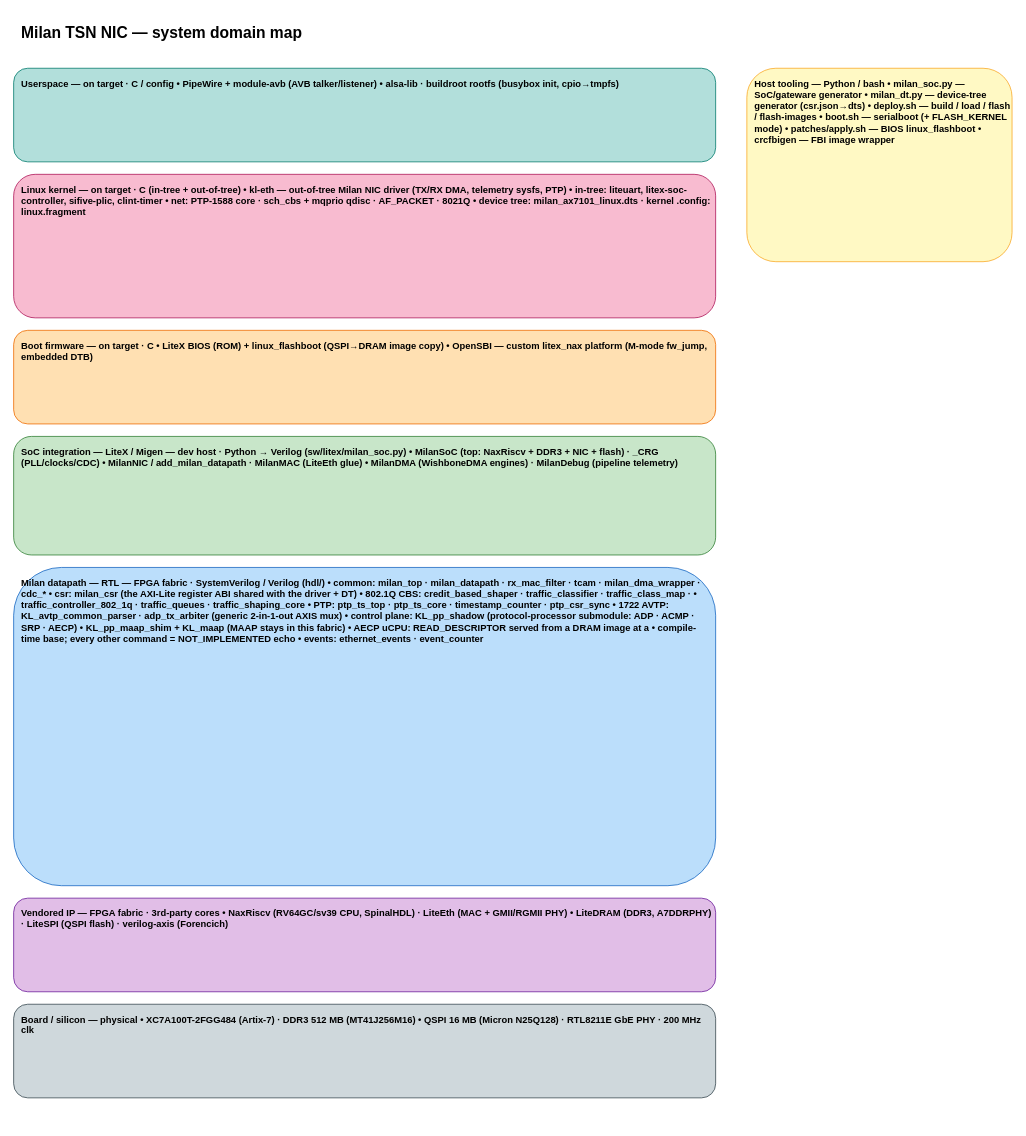
Above: docs/SYSTEM_DOMAIN_MAP.drawio in kebag-logic/milan-fpga (draw.io), before the change. Source tidied: cells renumbered, new cells numbered last; positions are measured from the earlier drawing's top-left corner, leaving out a move shared by most shapes. Both pictures are drawn from the tidied source at 78%, with x=0, y=0 at pixel (13, 13).
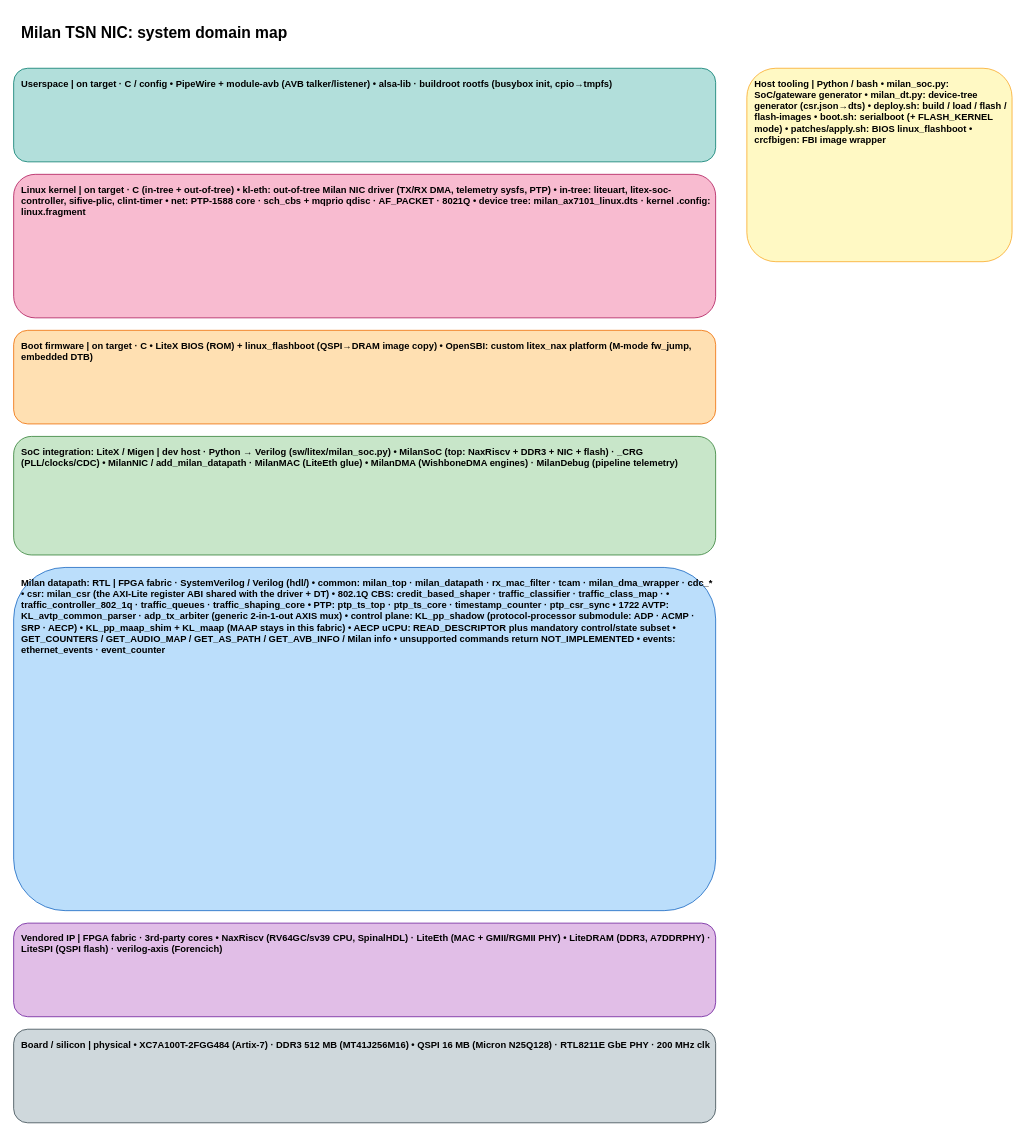
Above is the later version.

The edit, as a diff of the source:
```diff
@@
 <mxGraphModel>
   <root>
     <mxCell id="0" />
     <mxCell id="1" parent="0" />
-    <mxCell id="2" value="Milan TSN NIC — system domain map" style="rounded=1;whiteSpace=wrap;html=1;fillColor=none;strokeColor=none;fontSize=20;align=left;verticalAlign=top;spacingLeft=8;spacingTop=6;fontStyle=1;" parent="1" vertex="1">
+    <mxCell id="2" value="Milan TSN NIC: system domain map" style="rounded=1;whiteSpace=wrap;html=1;fillColor=none;strokeColor=none;fontSize=20;align=left;verticalAlign=top;spacingLeft=8;spacingTop=6;fontStyle=1;" parent="1" vertex="1">
       <mxGeometry width="700" height="30" as="geometry" />
     </mxCell>
-    <mxCell id="3" value="Userspace   —   on target · C / config  • PipeWire + module-avb (AVB talker/listener) • alsa-lib · buildroot rootfs (busybox init, cpio→tmpfs)" style="rounded=1;whiteSpace=wrap;html=1;fillColor=#B2DFDB;strokeColor=#00796B;fontSize=12;align=left;verticalAlign=top;spacingLeft=8;spacingTop=6;fontStyle=1;" parent="1" vertex="1">
+    <mxCell id="3" value="Userspace   |   on target · C / config  • PipeWire + module-avb (AVB talker/listener) • alsa-lib · buildroot rootfs (busybox init, cpio→tmpfs)" style="rounded=1;whiteSpace=wrap;html=1;fillColor=#B2DFDB;strokeColor=#00796B;fontSize=12;align=left;verticalAlign=top;spacingLeft=8;spacingTop=6;fontStyle=1;" parent="1" vertex="1">
       <mxGeometry y="70" width="900" height="120" as="geometry" />
     </mxCell>
-    <mxCell id="4" value="Linux kernel   —   on target · C (in-tree + out-of-tree)  • kl-eth — out-of-tree Milan NIC driver (TX/RX DMA, telemetry sysfs, PTP) • in-tree: liteuart, litex-soc-controller, sifive-plic, clint-timer • net: PTP-1588 core · sch_cbs + mqprio qdisc · AF_PACKET · 8021Q • device tree: milan_ax7101_linux.dts  ·  kernel .config: linux.fragment" style="rounded=1;whiteSpace=wrap;html=1;fillColor=#F8BBD0;strokeColor=#AD1457;fontSize=12;align=left;verticalAlign=top;spacingLeft=8;spacingTop=6;fontStyle=1;" parent="1" vertex="1">
+    <mxCell id="4" value="Linux kernel   |   on target · C (in-tree + out-of-tree)  • kl-eth: out-of-tree Milan NIC driver (TX/RX DMA, telemetry sysfs, PTP) • in-tree: liteuart, litex-soc-controller, sifive-plic, clint-timer • net: PTP-1588 core · sch_cbs + mqprio qdisc · AF_PACKET · 8021Q • device tree: milan_ax7101_linux.dts  ·  kernel .config: linux.fragment" style="rounded=1;whiteSpace=wrap;html=1;fillColor=#F8BBD0;strokeColor=#AD1457;fontSize=12;align=left;verticalAlign=top;spacingLeft=8;spacingTop=6;fontStyle=1;" parent="1" vertex="1">
       <mxGeometry y="206" width="900" height="184" as="geometry" />
     </mxCell>
-    <mxCell id="5" value="Boot firmware   —   on target · C  • LiteX BIOS (ROM) + linux_flashboot (QSPI→DRAM image copy) • OpenSBI — custom litex_nax platform (M-mode fw_jump, embedded DTB)" style="rounded=1;whiteSpace=wrap;html=1;fillColor=#FFE0B2;strokeColor=#EF6C00;fontSize=12;align=left;verticalAlign=top;spacingLeft=8;spacingTop=6;fontStyle=1;" parent="1" vertex="1">
+    <mxCell id="5" value="Boot firmware   |   on target · C  • LiteX BIOS (ROM) + linux_flashboot (QSPI→DRAM image copy) • OpenSBI: custom litex_nax platform (M-mode fw_jump, embedded DTB)" style="rounded=1;whiteSpace=wrap;html=1;fillColor=#FFE0B2;strokeColor=#EF6C00;fontSize=12;align=left;verticalAlign=top;spacingLeft=8;spacingTop=6;fontStyle=1;" parent="1" vertex="1">
       <mxGeometry y="406" width="900" height="120" as="geometry" />
     </mxCell>
-    <mxCell id="6" value="SoC integration — LiteX / Migen   —   dev host · Python → Verilog  (sw/litex/milan_soc.py)  • MilanSoC (top: NaxRiscv + DDR3 + NIC + flash)   ·   _CRG (PLL/clocks/CDC) • MilanNIC / add_milan_datapath   ·   MilanMAC (LiteEth glue) • MilanDMA (WishboneDMA engines)   ·   MilanDebug (pipeline telemetry)" style="rounded=1;whiteSpace=wrap;html=1;fillColor=#C8E6C9;strokeColor=#2E7D32;fontSize=12;align=left;verticalAlign=top;spacingLeft=8;spacingTop=6;fontStyle=1;" parent="1" vertex="1">
+    <mxCell id="6" value="SoC integration: LiteX / Migen   |   dev host · Python → Verilog  (sw/litex/milan_soc.py)  • MilanSoC (top: NaxRiscv + DDR3 + NIC + flash)   ·   _CRG (PLL/clocks/CDC) • MilanNIC / add_milan_datapath   ·   MilanMAC (LiteEth glue) • MilanDMA (WishboneDMA engines)   ·   MilanDebug (pipeline telemetry)" style="rounded=1;whiteSpace=wrap;html=1;fillColor=#C8E6C9;strokeColor=#2E7D32;fontSize=12;align=left;verticalAlign=top;spacingLeft=8;spacingTop=6;fontStyle=1;" parent="1" vertex="1">
       <mxGeometry y="542" width="900" height="152" as="geometry" />
     </mxCell>
-    <mxCell id="7" value="Milan datapath — RTL   —   FPGA fabric · SystemVerilog / Verilog  (hdl/)  • common: milan_top · milan_datapath · rx_mac_filter · tcam · milan_dma_wrapper · cdc_* • csr: milan_csr  (the AXI-Lite register ABI shared with the driver + DT) • 802.1Q CBS: credit_based_shaper · traffic_classifier · traffic_class_map · •             traffic_controller_802_1q · traffic_queues · traffic_shaping_core • PTP: ptp_ts_top · ptp_ts_core · timestamp_counter · ptp_csr_sync • 1722 AVTP: KL_avtp_common_parser   ·   adp_tx_arbiter (generic 2-in-1-out AXIS mux) • control plane: KL_pp_shadow (protocol-processor submodule: ADP · ACMP · SRP · AECP) •                KL_pp_maap_shim + KL_maap  (MAAP stays in this fabric) •                AECP uCPU: READ_DESCRIPTOR served from a DRAM image at a •                compile-time base; every other command = NOT_IMPLEMENTED echo • events: ethernet_events · event_counter" style="rounded=1;whiteSpace=wrap;html=1;fillColor=#BBDEFB;strokeColor=#1565C0;fontSize=12;align=left;verticalAlign=top;spacingLeft=8;spacingTop=6;fontStyle=1;" parent="1" vertex="1">
-      <mxGeometry y="710" width="900" height="408" as="geometry" />
+    <mxCell id="7" value="Milan datapath: RTL   |   FPGA fabric · SystemVerilog / Verilog  (hdl/)  • common: milan_top · milan_datapath · rx_mac_filter · tcam · milan_dma_wrapper · cdc_* • csr: milan_csr  (the AXI-Lite register ABI shared with the driver + DT) • 802.1Q CBS: credit_based_shaper · traffic_classifier · traffic_class_map · •             traffic_controller_802_1q · traffic_queues · traffic_shaping_core • PTP: ptp_ts_top · ptp_ts_core · timestamp_counter · ptp_csr_sync • 1722 AVTP: KL_avtp_common_parser   ·   adp_tx_arbiter (generic 2-in-1-out AXIS mux) • control plane: KL_pp_shadow (protocol-processor submodule: ADP · ACMP · SRP · AECP) •                KL_pp_maap_shim + KL_maap  (MAAP stays in this fabric) •                AECP uCPU: READ_DESCRIPTOR plus mandatory control/state subset •                GET_COUNTERS / GET_AUDIO_MAP / GET_AS_PATH / GET_AVB_INFO / Milan info •                unsupported commands return NOT_IMPLEMENTED • events: ethernet_events · event_counter" style="rounded=1;whiteSpace=wrap;html=1;fillColor=#BBDEFB;strokeColor=#1565C0;fontSize=12;align=left;verticalAlign=top;spacingLeft=8;spacingTop=6;fontStyle=1;" parent="1" vertex="1">
+      <mxGeometry y="710" width="900" height="440" as="geometry" />
     </mxCell>
-    <mxCell id="8" value="Vendored IP   —   FPGA fabric · 3rd-party cores  • NaxRiscv (RV64GC/sv39 CPU, SpinalHDL)   ·   LiteEth (MAC + GMII/RGMII PHY) • LiteDRAM (DDR3, A7DDRPHY)   ·   LiteSPI (QSPI flash)   ·   verilog-axis (Forencich)" style="rounded=1;whiteSpace=wrap;html=1;fillColor=#E1BEE7;strokeColor=#6A1B9A;fontSize=12;align=left;verticalAlign=top;spacingLeft=8;spacingTop=6;fontStyle=1;" parent="1" vertex="1">
-      <mxGeometry y="1134" width="900" height="120" as="geometry" />
+    <mxCell id="8" value="Vendored IP   |   FPGA fabric · 3rd-party cores  • NaxRiscv (RV64GC/sv39 CPU, SpinalHDL)   ·   LiteEth (MAC + GMII/RGMII PHY) • LiteDRAM (DDR3, A7DDRPHY)   ·   LiteSPI (QSPI flash)   ·   verilog-axis (Forencich)" style="rounded=1;whiteSpace=wrap;html=1;fillColor=#E1BEE7;strokeColor=#6A1B9A;fontSize=12;align=left;verticalAlign=top;spacingLeft=8;spacingTop=6;fontStyle=1;" parent="1" vertex="1">
+      <mxGeometry y="1166" width="900" height="120" as="geometry" />
     </mxCell>
-    <mxCell id="9" value="Board / silicon   —   physical  • XC7A100T-2FGG484 (Artix-7)  ·  DDR3 512 MB (MT41J256M16) • QSPI 16 MB (Micron N25Q128)  ·  RTL8211E GbE PHY  ·  200 MHz clk" style="rounded=1;whiteSpace=wrap;html=1;fillColor=#CFD8DC;strokeColor=#37474F;fontSize=12;align=left;verticalAlign=top;spacingLeft=8;spacingTop=6;fontStyle=1;" parent="1" vertex="1">
-      <mxGeometry y="1270" width="900" height="120" as="geometry" />
+    <mxCell id="9" value="Board / silicon   |   physical  • XC7A100T-2FGG484 (Artix-7)  ·  DDR3 512 MB (MT41J256M16) • QSPI 16 MB (Micron N25Q128)  ·  RTL8211E GbE PHY  ·  200 MHz clk" style="rounded=1;whiteSpace=wrap;html=1;fillColor=#CFD8DC;strokeColor=#37474F;fontSize=12;align=left;verticalAlign=top;spacingLeft=8;spacingTop=6;fontStyle=1;" parent="1" vertex="1">
+      <mxGeometry y="1302" width="900" height="120" as="geometry" />
     </mxCell>
-    <mxCell id="10" value="Host tooling   —   Python / bash  • milan_soc.py — SoC/gateware generator • milan_dt.py — device-tree generator (csr.json→dts) • deploy.sh — build / load / flash / flash-images • boot.sh — serialboot (+ FLASH_KERNEL mode) • patches/apply.sh — BIOS linux_flashboot • crcfbigen — FBI image wrapper" style="rounded=1;whiteSpace=wrap;html=1;fillColor=#FFF9C4;strokeColor=#F9A825;fontSize=12;align=left;verticalAlign=top;spacingLeft=8;spacingTop=6;fontStyle=1;" parent="1" vertex="1">
+    <mxCell id="10" value="Host tooling   |   Python / bash  • milan_soc.py: SoC/gateware generator • milan_dt.py: device-tree generator (csr.json→dts) • deploy.sh: build / load / flash / flash-images • boot.sh: serialboot (+ FLASH_KERNEL mode) • patches/apply.sh: BIOS linux_flashboot • crcfbigen: FBI image wrapper" style="rounded=1;whiteSpace=wrap;html=1;fillColor=#FFF9C4;strokeColor=#F9A825;fontSize=12;align=left;verticalAlign=top;spacingLeft=8;spacingTop=6;fontStyle=1;" parent="1" vertex="1">
       <mxGeometry x="940" y="70" width="340" height="248" as="geometry" />
     </mxCell>
   </root>
 </mxGraphModel>
```
